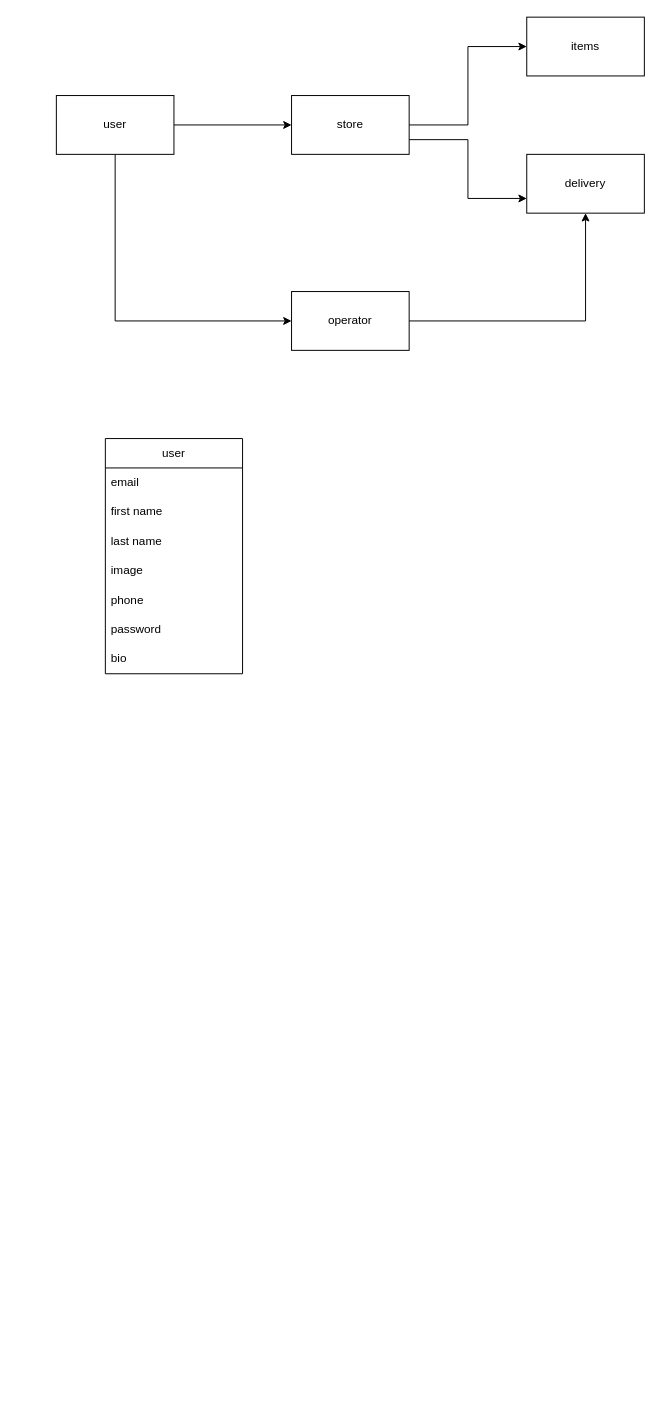
This is er.drawio from vars7899/inventory-management, a draw.io file, before an edit. Source tidied: cells renumbered, new cells numbered last; positions are measured from the earlier drawing's top-left corner, leaving out a move shared by most shapes. Both pictures are drawn from the tidied source at 98%, with x=0, y=0 at pixel (56, 17).
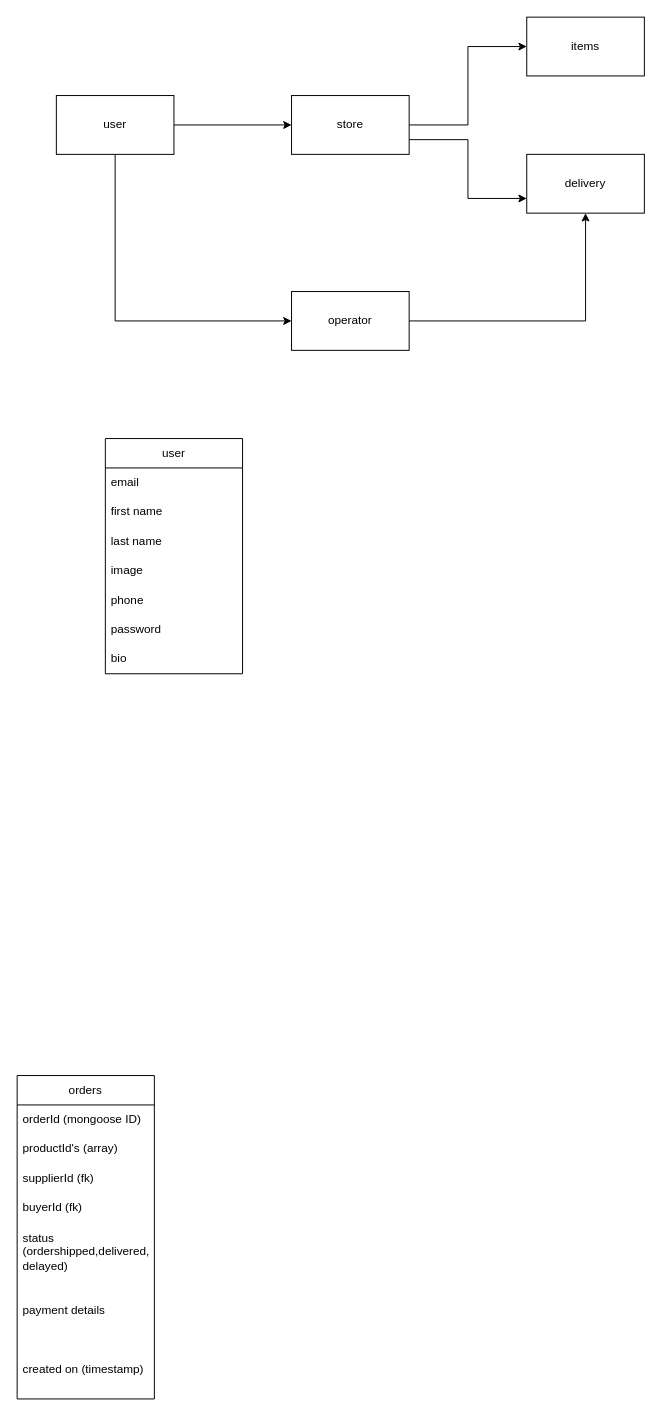
Above is the later version.

What changed in the source:
```diff
@@
+    <mxCell id="20" value="orders" style="swimlane;fontStyle=0;horizontal=1;startSize=30;whiteSpace=wrap;html=1;" parent="1" vertex="1">
+      <mxGeometry x="-40" y="1080" width="140" height="330" as="geometry" />
+    </mxCell>
+    <mxCell id="21" value="orderId (mongoose ID)" style="text;strokeColor=none;fillColor=none;align=left;verticalAlign=middle;spacingLeft=4;spacingRight=4;overflow=hidden;whiteSpace=wrap;html=1;" parent="20" vertex="1">
+      <mxGeometry y="30" width="140" height="30" as="geometry" />
+    </mxCell>
+    <mxCell id="22" value="productId's (array)" style="text;strokeColor=none;fillColor=none;align=left;verticalAlign=middle;spacingLeft=4;spacingRight=4;overflow=hidden;whiteSpace=wrap;html=1;" parent="20" vertex="1">
+      <mxGeometry y="60" width="140" height="30" as="geometry" />
+    </mxCell>
+    <mxCell id="23" value="supplierId (fk)" style="text;strokeColor=none;fillColor=none;align=left;verticalAlign=middle;spacingLeft=4;spacingRight=4;overflow=hidden;whiteSpace=wrap;html=1;" parent="20" vertex="1">
+      <mxGeometry y="90" width="140" height="30" as="geometry" />
+    </mxCell>
+    <mxCell id="24" value="buyerId (fk)" style="text;strokeColor=none;fillColor=none;align=left;verticalAlign=middle;spacingLeft=4;spacingRight=4;overflow=hidden;whiteSpace=wrap;html=1;" parent="20" vertex="1">
+      <mxGeometry y="120" width="140" height="30" as="geometry" />
+    </mxCell>
+    <mxCell id="25" value="status (ordershipped,delivered, delayed)" style="text;strokeColor=none;fillColor=none;align=left;verticalAlign=middle;spacingLeft=4;spacingRight=4;overflow=hidden;whiteSpace=wrap;html=1;" parent="20" vertex="1">
+      <mxGeometry y="150" width="140" height="60" as="geometry" />
+    </mxCell>
+    <mxCell id="26" value="payment details" style="text;strokeColor=none;fillColor=none;align=left;verticalAlign=middle;spacingLeft=4;spacingRight=4;overflow=hidden;whiteSpace=wrap;html=1;" parent="20" vertex="1">
+      <mxGeometry y="210" width="140" height="60" as="geometry" />
+    </mxCell>
+    <mxCell id="27" value="created on (timestamp)" style="text;strokeColor=none;fillColor=none;align=left;verticalAlign=middle;spacingLeft=4;spacingRight=4;overflow=hidden;whiteSpace=wrap;html=1;" parent="20" vertex="1">
+      <mxGeometry y="270" width="140" height="60" as="geometry" />
+    </mxCell>
```
